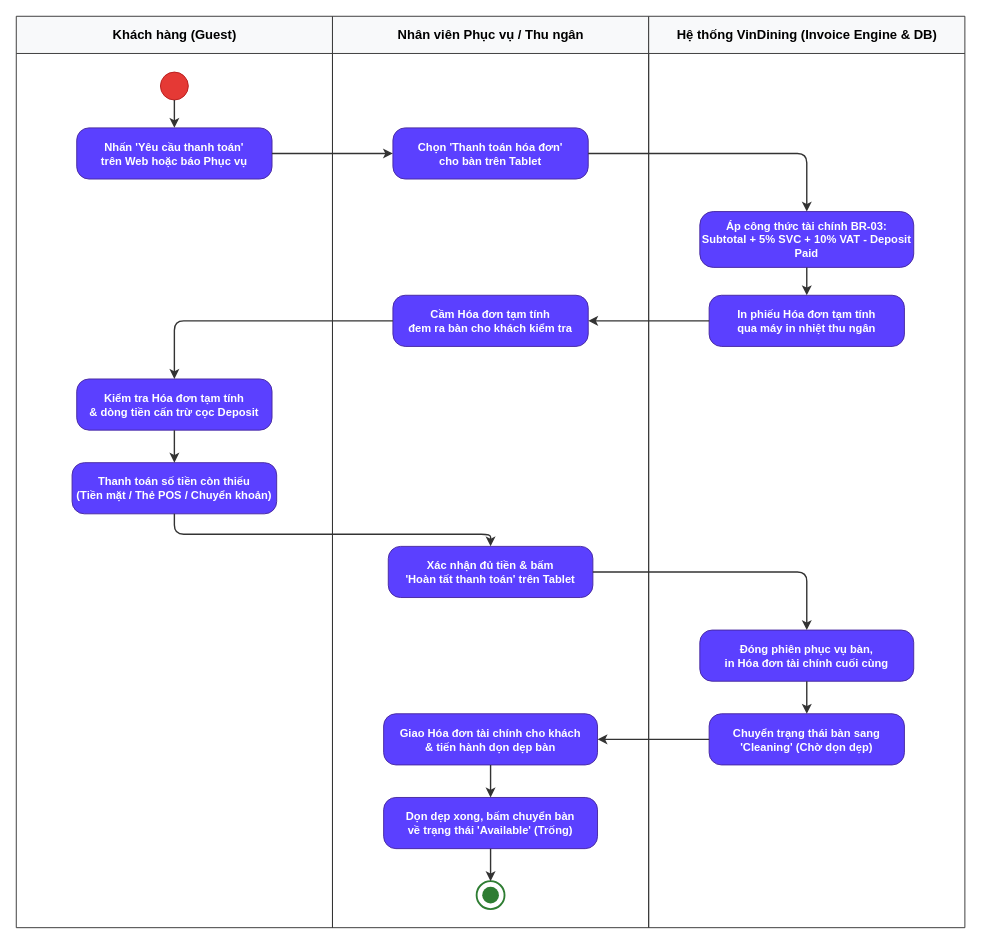
Before: docs/phase1/drawio/ad05_invoice_settlement.drawio in AndrewQng/VinDining, a draw.io diagram. Source tidied: cells renumbered, new cells numbered last; positions are measured from the earlier drawing's top-left corner, leaving out a move shared by most shapes. Both pictures are drawn from the tidied source at 93%, with x=0, y=0 at pixel (16, 16).
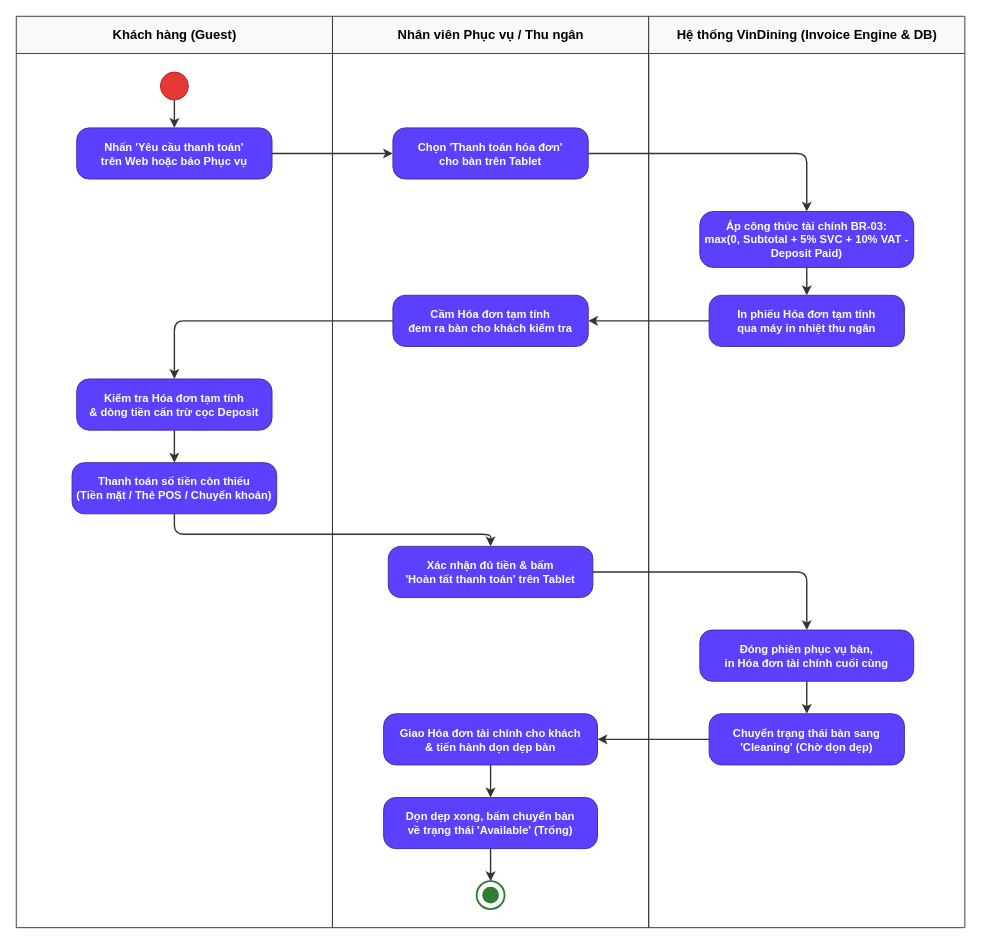
Above is the later version.

Unchanged cells that the change refers to:
```xml
<mxCell id="4" value="Hệ thống VinDining (Invoice Engine &amp; DB)" style="swimlane;html=1;startSize=40;horizontal=1;fontStyle=1;fontSize=14;align=center;verticalAlign=middle;fillColor=#f8f9fa;strokeColor=#333333;swimlaneLine=1;" parent="1" vertex="1">
  <mxGeometry x="680" width="340" height="980" as="geometry" />
</mxCell>
```

What changed in the source:
```diff
@@
-    <mxCell id="16" value="Áp công thức tài chính BR-03:&#10;Subtotal + 5% SVC + 10% VAT - Deposit Paid" style="rounded=1;arcSize=24;whiteSpace=wrap;html=1;fillColor=#5b40ff;strokeColor=#4527a0;fontColor=#ffffff;fontStyle=1;fontSize=12;align=center;verticalAlign=middle;" parent="4" vertex="1">
+    <mxCell id="16" value="Áp công thức tài chính BR-03:&#10;max(0, Subtotal + 5% SVC + 10% VAT - Deposit Paid)" style="rounded=1;arcSize=24;whiteSpace=wrap;html=1;fillColor=#5b40ff;strokeColor=#4527a0;fontColor=#ffffff;fontStyle=1;fontSize=12;align=center;verticalAlign=middle;" parent="4" vertex="1">
       <mxGeometry x="55" y="210" width="230" height="60" as="geometry" />
     </mxCell>
```
